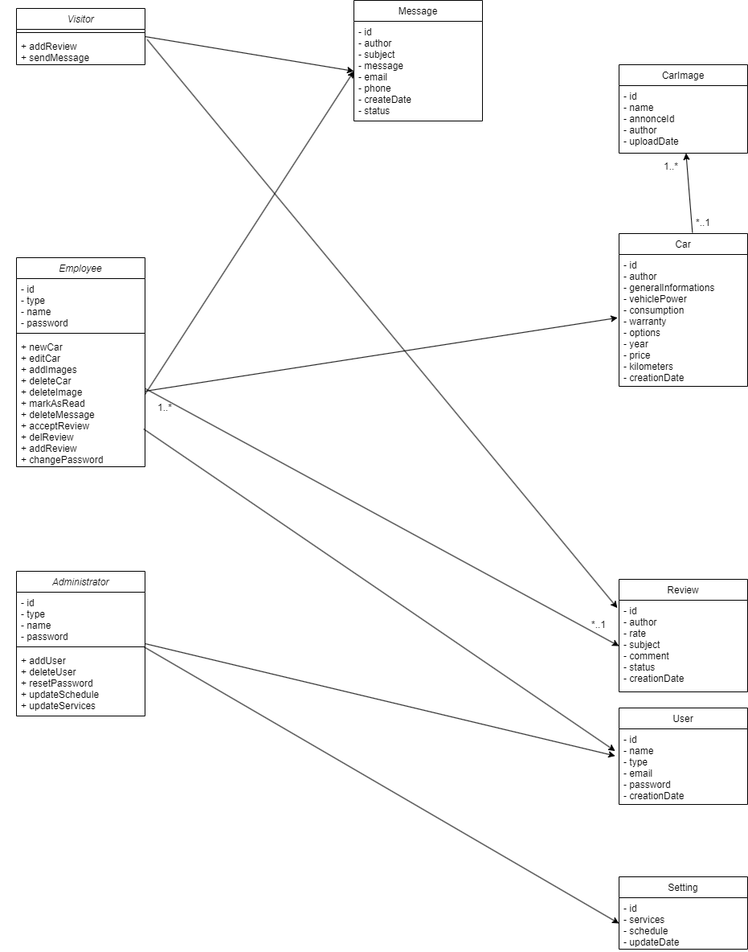
Earlier version of the draw.io export diagrammes/diagrammeclassv1.drawio.png (arkaanium/garage_parrot). Source tidied: cells renumbered, new cells last; positions are measured from the earlier drawing's top-left corner, leaving out a move shared by most shapes. Source of this version:
```xml
<mxGraphModel>
  <root>
    <mxCell id="0" />
    <mxCell id="1" parent="0" />
    <mxCell id="2" value="Car" style="swimlane;fontStyle=0;align=center;verticalAlign=top;horizontal=1;startSize=26;rounded=0;shadow=0;strokeWidth=1;" parent="1" vertex="1">
      <mxGeometry x="770" y="290" width="160" height="190" as="geometry" />
    </mxCell>
    <mxCell id="3" value="- id&#10;- author&#10;- generalInformations&#10;- vehiclePower&#10;- consumption&#10;- warranty&#10;- options&#10;- year&#10;- price&#10;- kilometers&#10;- creationDate" style="text;align=left;verticalAlign=top;spacingLeft=4;spacingRight=4;overflow=hidden;points=[[0,0.5],[1,0.5]];portConstraint=eastwest;" parent="2" vertex="1">
      <mxGeometry y="26" width="160" height="164" as="geometry" />
    </mxCell>
    <mxCell id="4" value="Visitor" style="swimlane;fontStyle=2;align=center;verticalAlign=top;horizontal=1;startSize=26;rounded=0;shadow=0;strokeWidth=1;" parent="1" vertex="1">
      <mxGeometry x="20" y="10" width="160" height="70" as="geometry" />
    </mxCell>
    <mxCell id="5" style="line;html=1;strokeWidth=1;align=left;verticalAlign=middle;spacingTop=-1;spacingLeft=3;spacingRight=3;labelPosition=right;" parent="4" vertex="1">
      <mxGeometry y="26" width="160" height="8" as="geometry" />
    </mxCell>
    <mxCell id="6" value="+ addReview&#10;+ sendMessage" style="text;align=left;verticalAlign=top;spacingLeft=4;spacingRight=4;overflow=hidden;points=[[0,0.5],[1,0.5]];portConstraint=eastwest;" parent="4" vertex="1">
      <mxGeometry y="34" width="160" height="36" as="geometry" />
    </mxCell>
    <mxCell id="7" value="Employee" style="swimlane;fontStyle=2;align=center;verticalAlign=top;horizontal=1;startSize=26;rounded=0;shadow=0;strokeWidth=1;" parent="1" vertex="1">
      <mxGeometry x="20" y="320" width="160" height="260" as="geometry" />
    </mxCell>
    <mxCell id="8" value="- id&#10;- type&#10;- name&#10;- password" style="text;align=left;verticalAlign=top;spacingLeft=4;spacingRight=4;overflow=hidden;" parent="7" vertex="1">
      <mxGeometry y="26" width="160" height="64" as="geometry" />
    </mxCell>
    <mxCell id="9" style="line;html=1;strokeWidth=1;align=left;verticalAlign=middle;spacingTop=-1;spacingLeft=3;spacingRight=3;labelPosition=right;" parent="7" vertex="1">
      <mxGeometry y="90" width="160" height="8" as="geometry" />
    </mxCell>
    <mxCell id="10" value="+ newCar&#10;+ editCar&#10;+ addImages&#10;+ deleteCar&#10;+ deleteImage&#10;+ markAsRead&#10;+ deleteMessage&#10;+ acceptReview&#10;+ delReview&#10;+ addReview&#10;+ changePassword" style="text;align=left;verticalAlign=top;spacingLeft=4;spacingRight=4;overflow=hidden;points=[[0,0.5],[1,0.5]];portConstraint=eastwest;" parent="7" vertex="1">
      <mxGeometry y="98" width="160" height="162" as="geometry" />
    </mxCell>
    <mxCell id="11" value="Administrator" style="swimlane;fontStyle=2;align=center;verticalAlign=top;horizontal=1;startSize=26;rounded=0;shadow=0;strokeWidth=1;" parent="1" vertex="1">
      <mxGeometry x="20" y="710" width="160" height="180" as="geometry" />
    </mxCell>
    <mxCell id="12" value="- id&#10;- type&#10;- name&#10;- password" style="text;align=left;verticalAlign=top;spacingLeft=4;spacingRight=4;overflow=hidden;" parent="11" vertex="1">
      <mxGeometry y="26" width="160" height="64" as="geometry" />
    </mxCell>
    <mxCell id="13" style="line;html=1;strokeWidth=1;align=left;verticalAlign=middle;spacingTop=-1;spacingLeft=3;spacingRight=3;labelPosition=right;points=[];portConstraint=eastwest;" parent="11" vertex="1">
      <mxGeometry y="90" width="160" height="8" as="geometry" />
    </mxCell>
    <mxCell id="14" value="+ addUser&#10;+ deleteUser&#10;+ resetPassword&#10;+ updateSchedule&#10;+ updateServices" style="text;align=left;verticalAlign=top;spacingLeft=4;spacingRight=4;overflow=hidden;" parent="11" vertex="1">
      <mxGeometry y="98" width="160" height="82" as="geometry" />
    </mxCell>
    <mxCell id="15" value="CarImage" style="swimlane;fontStyle=0;align=center;verticalAlign=top;horizontal=1;startSize=26;rounded=0;shadow=0;strokeWidth=1;" parent="1" vertex="1">
      <mxGeometry x="770" y="80" width="160" height="110" as="geometry" />
    </mxCell>
    <mxCell id="16" value="- id&#10;- name&#10;- annonceId&#10;- author&#10;- uploadDate" style="text;align=left;verticalAlign=top;spacingLeft=4;spacingRight=4;overflow=hidden;points=[[0,0.5],[1,0.5]];portConstraint=eastwest;" parent="15" vertex="1">
      <mxGeometry y="26" width="160" height="84" as="geometry" />
    </mxCell>
    <mxCell id="17" style="endArrow=classic;html=1;rounded=0;exitX=0.995;exitY=0.42;exitDx=0;exitDy=0;exitPerimeter=0;entryX=-0.011;entryY=0.48;entryDx=0;entryDy=0;entryPerimeter=0;" parent="1" edge="1" target="3">
      <mxGeometry relative="1" as="geometry">
        <mxPoint x="180" y="486" as="sourcePoint" />
      </mxGeometry>
    </mxCell>
    <mxCell id="18" style="endArrow=classic;html=1;rounded=0;exitX=0.571;exitY=-0.006;exitDx=0;exitDy=0;exitPerimeter=0;" parent="1" edge="1" source="2" target="16">
      <mxGeometry relative="1" as="geometry" />
    </mxCell>
    <mxCell id="19" value="*..1" style="align=left;verticalAlign=bottom;labelBackgroundColor=none;fontSize=12;" parent="1" vertex="1">
      <mxGeometry x="670" y="270" as="geometry">
        <mxPoint x="194" y="15" as="offset" />
      </mxGeometry>
    </mxCell>
    <mxCell id="20" value="1..*" style="align=left;verticalAlign=bottom;labelBackgroundColor=none;fontSize=12;" parent="1" vertex="1">
      <mxGeometry y="500" as="geometry">
        <mxPoint x="194" y="15" as="offset" />
      </mxGeometry>
    </mxCell>
    <mxCell id="21" value="Message" style="swimlane;fontStyle=0;align=center;verticalAlign=top;horizontal=1;startSize=26;rounded=0;shadow=0;strokeWidth=1;" parent="1" vertex="1">
      <mxGeometry x="440" width="160" height="150" as="geometry" />
    </mxCell>
    <mxCell id="22" value="- id&#10;- author&#10;- subject&#10;- message&#10;- email&#10;- phone&#10;- createDate&#10;- status" style="text;align=left;verticalAlign=top;spacingLeft=4;spacingRight=4;overflow=hidden;points=[[0,0.5],[1,0.5]];portConstraint=eastwest;" parent="21" vertex="1">
      <mxGeometry y="26" width="160" height="124" as="geometry" />
    </mxCell>
    <mxCell id="23" style="endArrow=classic;html=1;rounded=0;exitX=1;exitY=0.5;exitDx=0;exitDy=0;entryX=0;entryY=0.5;entryDx=0;entryDy=0;" parent="1" edge="1" source="4" target="22">
      <mxGeometry relative="1" as="geometry" />
    </mxCell>
    <mxCell id="24" style="endArrow=classic;html=1;rounded=0;entryX=0;entryY=0.5;entryDx=0;entryDy=0;" parent="1" edge="1" target="22">
      <mxGeometry relative="1" as="geometry">
        <mxPoint x="180" y="490" as="sourcePoint" />
      </mxGeometry>
    </mxCell>
    <mxCell id="25" value="Review" style="swimlane;fontStyle=0;align=center;verticalAlign=top;horizontal=1;startSize=26;rounded=0;shadow=0;strokeWidth=1;" parent="1" vertex="1">
      <mxGeometry x="770" y="720" width="160" height="140" as="geometry" />
    </mxCell>
    <mxCell id="26" value="- id&#10;- author&#10;- rate&#10;- subject&#10;- comment&#10;- status&#10;- creationDate" style="text;align=left;verticalAlign=top;spacingLeft=4;spacingRight=4;overflow=hidden;points=[[0,0.5],[1,0.5]];portConstraint=eastwest;" parent="25" vertex="1">
      <mxGeometry y="26" width="160" height="114" as="geometry" />
    </mxCell>
    <mxCell id="27" style="endArrow=classic;html=1;rounded=0;exitX=1;exitY=0.399;exitDx=0;exitDy=0;exitPerimeter=0;entryX=0;entryY=0.5;entryDx=0;entryDy=0;" parent="1" edge="1" source="10" target="26">
      <mxGeometry relative="1" as="geometry" />
    </mxCell>
    <mxCell id="28" value="1..*" style="align=left;verticalAlign=bottom;labelBackgroundColor=none;fontSize=12;" parent="1" vertex="1">
      <mxGeometry x="630" y="200" as="geometry">
        <mxPoint x="194" y="15" as="offset" />
      </mxGeometry>
    </mxCell>
    <mxCell id="29" value="*..1" style="align=left;verticalAlign=bottom;labelBackgroundColor=none;fontSize=12;" parent="1" vertex="1">
      <mxGeometry x="540" y="770" as="geometry">
        <mxPoint x="194" y="15" as="offset" />
      </mxGeometry>
    </mxCell>
    <mxCell id="30" style="endArrow=classic;html=1;rounded=0;exitX=1.017;exitY=0.13;exitDx=0;exitDy=0;exitPerimeter=0;entryX=-0.013;entryY=0.085;entryDx=0;entryDy=0;entryPerimeter=0;" parent="1" edge="1" source="6" target="26">
      <mxGeometry relative="1" as="geometry" />
    </mxCell>
    <mxCell id="31" value="User" style="swimlane;fontStyle=0;align=center;verticalAlign=top;horizontal=1;startSize=26;rounded=0;shadow=0;strokeWidth=1;" parent="1" vertex="1">
      <mxGeometry x="770" y="880" width="160" height="120" as="geometry" />
    </mxCell>
    <mxCell id="32" value="- id&#10;- name&#10;- type&#10;- email&#10;- password&#10;- creationDate" style="text;align=left;verticalAlign=top;spacingLeft=4;spacingRight=4;overflow=hidden;points=[[0,0.5],[1,0.5]];portConstraint=eastwest;" parent="31" vertex="1">
      <mxGeometry y="26" width="160" height="94" as="geometry" />
    </mxCell>
    <mxCell id="33" value="Setting" style="swimlane;fontStyle=0;align=center;verticalAlign=top;horizontal=1;startSize=26;rounded=0;shadow=0;strokeWidth=1;" parent="1" vertex="1">
      <mxGeometry x="770" y="1090" width="160" height="90" as="geometry" />
    </mxCell>
    <mxCell id="34" value="- id&#10;- services&#10;- schedule&#10;- updateDate" style="text;align=left;verticalAlign=top;spacingLeft=4;spacingRight=4;overflow=hidden;points=[[0,0.5],[1,0.5]];portConstraint=eastwest;" parent="33" vertex="1">
      <mxGeometry y="26" width="160" height="64" as="geometry" />
    </mxCell>
    <mxCell id="35" style="endArrow=classic;html=1;rounded=0;entryX=-0.03;entryY=0.293;entryDx=0;entryDy=0;entryPerimeter=0;exitX=0.989;exitY=0.71;exitDx=0;exitDy=0;exitPerimeter=0;" parent="1" edge="1" source="10" target="32">
      <mxGeometry relative="1" as="geometry" />
    </mxCell>
    <mxCell id="36" style="endArrow=classic;html=1;rounded=0;exitX=1;exitY=0.5;exitDx=0;exitDy=0;entryX=-0.03;entryY=0.358;entryDx=0;entryDy=0;entryPerimeter=0;" parent="1" edge="1" source="11" target="32">
      <mxGeometry relative="1" as="geometry" />
    </mxCell>
    <mxCell id="37" style="endArrow=classic;html=1;rounded=0;exitX=0.995;exitY=0.543;exitDx=0;exitDy=0;exitPerimeter=0;entryX=0;entryY=0.5;entryDx=0;entryDy=0;" parent="1" edge="1" source="13" target="34">
      <mxGeometry relative="1" as="geometry" />
    </mxCell>
  </root>
</mxGraphModel>
```
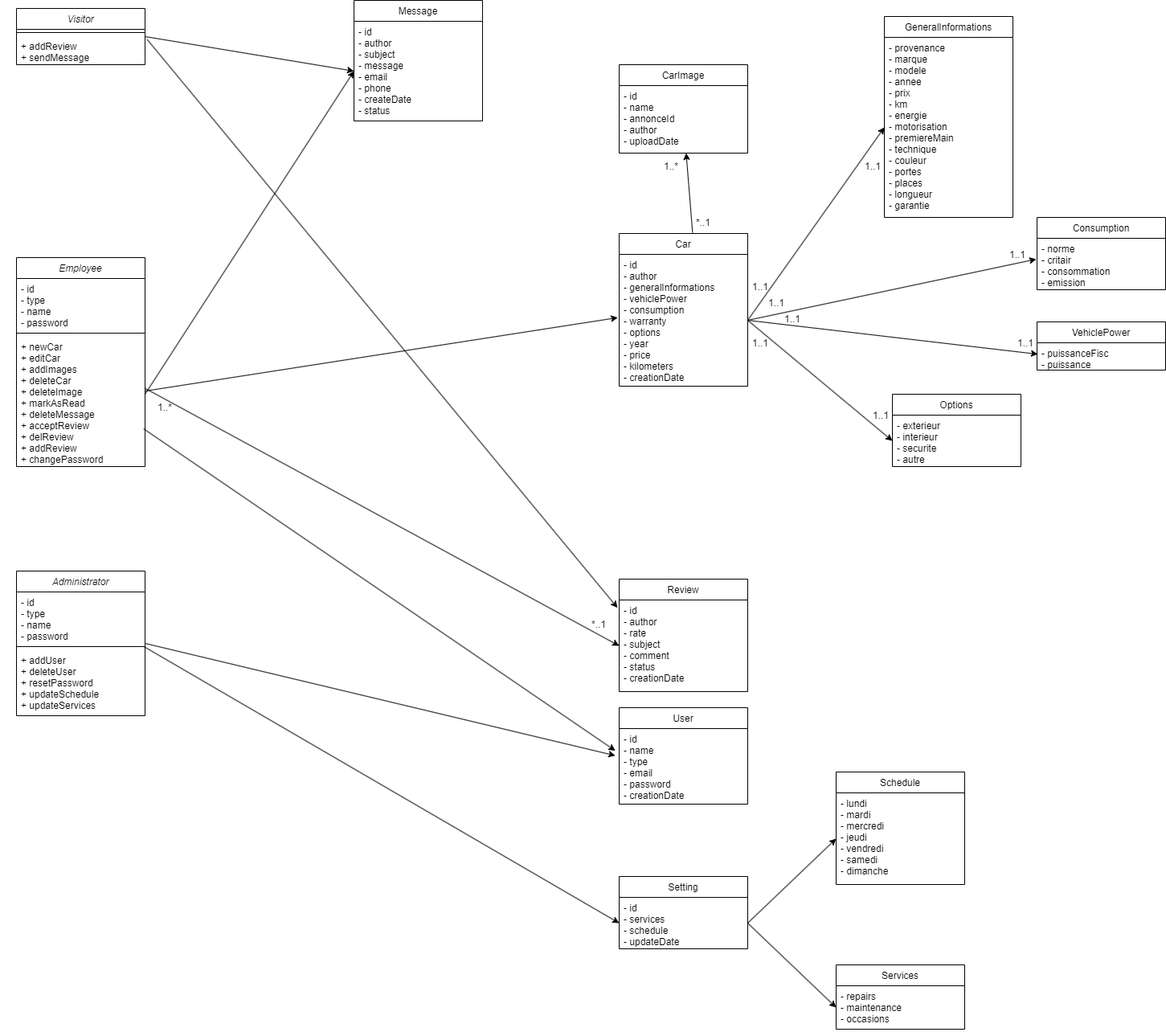
The same diagram one commit later.

Commit message:
update of class diagram

The edit, as a diff of the source:
```diff
@@ -122,5 +122,99 @@
     <mxCell id="37" style="endArrow=classic;html=1;rounded=0;exitX=0.995;exitY=0.543;exitDx=0;exitDy=0;exitPerimeter=0;entryX=0;entryY=0.5;entryDx=0;entryDy=0;" parent="1" edge="1" source="13" target="34">
       <mxGeometry relative="1" as="geometry" />
     </mxCell>
+    <mxCell id="38" style="endArrow=classic;html=1;rounded=0;exitX=1;exitY=0.5;exitDx=0;exitDy=0;entryX=0;entryY=0.5;entryDx=0;entryDy=0;" parent="1" edge="1" source="3" target="42">
+      <mxGeometry relative="1" as="geometry" />
+    </mxCell>
+    <mxCell id="39" style="endArrow=classic;html=1;rounded=0;exitX=1;exitY=0.5;exitDx=0;exitDy=0;entryX=0.006;entryY=0.417;entryDx=0;entryDy=0;entryPerimeter=0;" parent="1" edge="1" source="3" target="44">
+      <mxGeometry relative="1" as="geometry" />
+    </mxCell>
+    <mxCell id="40" style="endArrow=classic;html=1;rounded=0;exitX=1;exitY=0.5;exitDx=0;exitDy=0;entryX=0;entryY=0.5;entryDx=0;entryDy=0;" parent="1" edge="1" source="3" target="46">
+      <mxGeometry relative="1" as="geometry" />
+    </mxCell>
+    <mxCell id="41" value="GeneralInformations" style="swimlane;fontStyle=0;align=center;verticalAlign=top;horizontal=1;startSize=26;rounded=0;shadow=0;strokeWidth=1;" parent="1" vertex="1">
+      <mxGeometry x="1100" y="20" width="160" height="250" as="geometry" />
+    </mxCell>
+    <mxCell id="42" value="- provenance&#10;- marque&#10;- modele&#10;- annee&#10;- prix&#10;- km&#10;- energie&#10;- motorisation&#10;- premiereMain&#10;- technique&#10;- couleur&#10;- portes&#10;- places&#10;- longueur&#10;- garantie&#10;" style="text;align=left;verticalAlign=top;spacingLeft=4;spacingRight=4;overflow=hidden;points=[[0,0.5],[1,0.5]];portConstraint=eastwest;" parent="41" vertex="1">
+      <mxGeometry y="26" width="160" height="224" as="geometry" />
+    </mxCell>
+    <mxCell id="43" value="VehiclePower" style="swimlane;fontStyle=0;align=center;verticalAlign=top;horizontal=1;startSize=26;rounded=0;shadow=0;strokeWidth=1;" parent="1" vertex="1">
+      <mxGeometry x="1290" y="400" width="160" height="60" as="geometry" />
+    </mxCell>
+    <mxCell id="44" value="- puissanceFisc&#10;- puissance" style="text;align=left;verticalAlign=top;spacingLeft=4;spacingRight=4;overflow=hidden;points=[[0,0.5],[1,0.5]];portConstraint=eastwest;" parent="43" vertex="1">
+      <mxGeometry y="26" width="160" height="34" as="geometry" />
+    </mxCell>
+    <mxCell id="45" value="Options" style="swimlane;fontStyle=0;align=center;verticalAlign=top;horizontal=1;startSize=26;rounded=0;shadow=0;strokeWidth=1;" parent="1" vertex="1">
+      <mxGeometry x="1110" y="490" width="160" height="90" as="geometry" />
+    </mxCell>
+    <mxCell id="46" value="- exterieur&#10;- interieur&#10;- securite&#10;- autre" style="text;align=left;verticalAlign=top;spacingLeft=4;spacingRight=4;overflow=hidden;points=[[0,0.5],[1,0.5]];portConstraint=eastwest;" parent="45" vertex="1">
+      <mxGeometry y="26" width="160" height="64" as="geometry" />
+    </mxCell>
+    <mxCell id="47" value="Consumption" style="swimlane;fontStyle=0;align=center;verticalAlign=top;horizontal=1;startSize=26;rounded=0;shadow=0;strokeWidth=1;" parent="1" vertex="1">
+      <mxGeometry x="1290" y="270" width="160" height="90" as="geometry" />
+    </mxCell>
+    <mxCell id="48" value="- norme&#10;- critair&#10;- consommation&#10;- emission" style="text;align=left;verticalAlign=top;spacingLeft=4;spacingRight=4;overflow=hidden;points=[[0,0.5],[1,0.5]];portConstraint=eastwest;" parent="47" vertex="1">
+      <mxGeometry y="26" width="160" height="64" as="geometry" />
+    </mxCell>
+    <mxCell id="49" style="endArrow=classic;html=1;rounded=0;exitX=1;exitY=0.5;exitDx=0;exitDy=0;entryX=-0.006;entryY=0.406;entryDx=0;entryDy=0;entryPerimeter=0;" parent="1" edge="1" source="3" target="48">
+      <mxGeometry relative="1" as="geometry" />
+    </mxCell>
+    <mxCell id="50" value="1..1" style="align=left;verticalAlign=bottom;labelBackgroundColor=none;fontSize=12;" parent="1" vertex="1">
+      <mxGeometry x="880" y="200" as="geometry">
+        <mxPoint x="194" y="15" as="offset" />
+      </mxGeometry>
+    </mxCell>
+    <mxCell id="51" value="1..1" style="align=left;verticalAlign=bottom;labelBackgroundColor=none;fontSize=12;" parent="1" vertex="1">
+      <mxGeometry x="740" y="350" as="geometry">
+        <mxPoint x="194" y="15" as="offset" />
+      </mxGeometry>
+    </mxCell>
+    <mxCell id="52" value="1..1" style="align=left;verticalAlign=bottom;labelBackgroundColor=none;fontSize=12;" parent="1" vertex="1">
+      <mxGeometry x="760" y="370" as="geometry">
+        <mxPoint x="194" y="15" as="offset" />
+      </mxGeometry>
+    </mxCell>
+    <mxCell id="53" value="1..1" style="align=left;verticalAlign=bottom;labelBackgroundColor=none;fontSize=12;" parent="1" vertex="1">
+      <mxGeometry x="1060" y="310" as="geometry">
+        <mxPoint x="194" y="15" as="offset" />
+      </mxGeometry>
+    </mxCell>
+    <mxCell id="54" value="1..1" style="align=left;verticalAlign=bottom;labelBackgroundColor=none;fontSize=12;" parent="1" vertex="1">
+      <mxGeometry x="1070" y="420" as="geometry">
+        <mxPoint x="194" y="15" as="offset" />
+      </mxGeometry>
+    </mxCell>
+    <mxCell id="55" value="1..1" style="align=left;verticalAlign=bottom;labelBackgroundColor=none;fontSize=12;" parent="1" vertex="1">
+      <mxGeometry x="780" y="390" as="geometry">
+        <mxPoint x="194" y="15" as="offset" />
+      </mxGeometry>
+    </mxCell>
+    <mxCell id="56" value="1..1" style="align=left;verticalAlign=bottom;labelBackgroundColor=none;fontSize=12;" parent="1" vertex="1">
+      <mxGeometry x="890" y="510" as="geometry">
+        <mxPoint x="194" y="15" as="offset" />
+      </mxGeometry>
+    </mxCell>
+    <mxCell id="57" value="1..1" style="align=left;verticalAlign=bottom;labelBackgroundColor=none;fontSize=12;" parent="1" vertex="1">
+      <mxGeometry x="740" y="420" as="geometry">
+        <mxPoint x="194" y="15" as="offset" />
+      </mxGeometry>
+    </mxCell>
+    <mxCell id="58" value="Schedule" style="swimlane;fontStyle=0;align=center;verticalAlign=top;horizontal=1;startSize=26;rounded=0;shadow=0;strokeWidth=1;" parent="1" vertex="1">
+      <mxGeometry x="1040" y="960" width="160" height="140" as="geometry" />
+    </mxCell>
+    <mxCell id="59" value="- lundi&#10;- mardi&#10;- mercredi&#10;- jeudi&#10;- vendredi&#10;- samedi&#10;- dimanche" style="text;align=left;verticalAlign=top;spacingLeft=4;spacingRight=4;overflow=hidden;points=[[0,0.5],[1,0.5]];portConstraint=eastwest;" parent="58" vertex="1">
+      <mxGeometry y="26" width="160" height="114" as="geometry" />
+    </mxCell>
+    <mxCell id="60" value="Services" style="swimlane;fontStyle=0;align=center;verticalAlign=top;horizontal=1;startSize=26;rounded=0;shadow=0;strokeWidth=1;" parent="1" vertex="1">
+      <mxGeometry x="1040" y="1200" width="160" height="80" as="geometry" />
+    </mxCell>
+    <mxCell id="61" value="- repairs&#10;- maintenance&#10;- occasions" style="text;align=left;verticalAlign=top;spacingLeft=4;spacingRight=4;overflow=hidden;points=[[0,0.5],[1,0.5]];portConstraint=eastwest;" parent="60" vertex="1">
+      <mxGeometry y="26" width="160" height="54" as="geometry" />
+    </mxCell>
+    <mxCell id="62" style="endArrow=classic;html=1;rounded=0;exitX=1;exitY=0.5;exitDx=0;exitDy=0;entryX=0;entryY=0.5;entryDx=0;entryDy=0;" parent="1" edge="1" source="34" target="61">
+      <mxGeometry relative="1" as="geometry" />
+    </mxCell>
+    <mxCell id="63" style="endArrow=classic;html=1;rounded=0;exitX=1;exitY=0.5;exitDx=0;exitDy=0;entryX=0;entryY=0.5;entryDx=0;entryDy=0;" parent="1" edge="1" source="34" target="59">
+      <mxGeometry relative="1" as="geometry" />
+    </mxCell>
   </root>
 </mxGraphModel>
```
